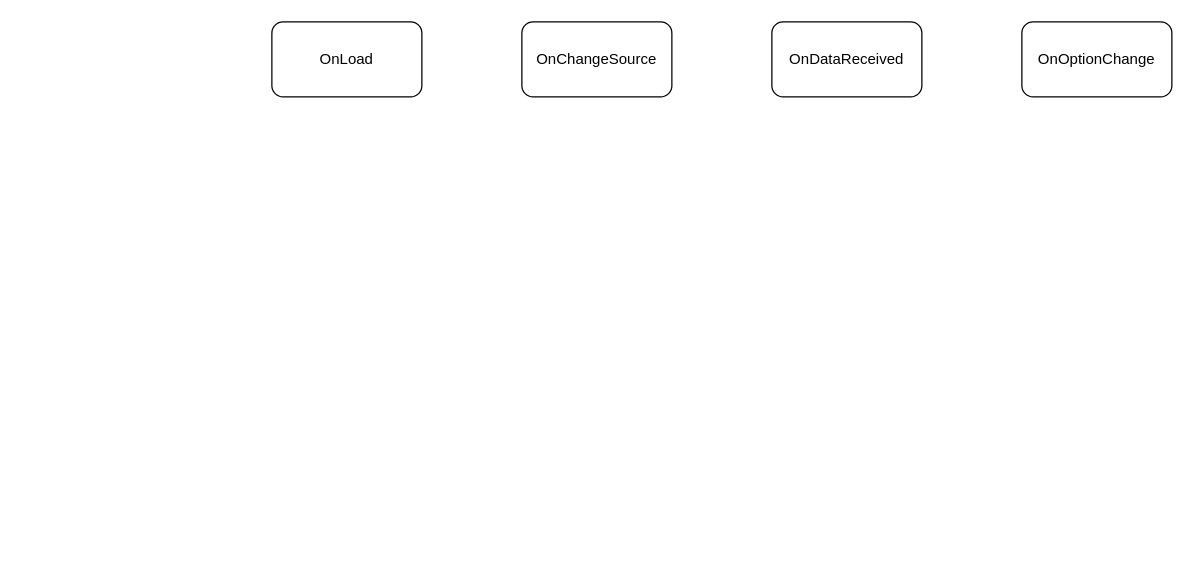
Before: graphs/Flowcharting_Events.drawio in algenty/flowcharting-repository, a draw.io diagram. Source tidied: cells renumbered, new cells numbered last; positions are measured from the earlier drawing's top-left corner, leaving out a move shared by most shapes. Both pictures are drawn from the tidied source at 125%, with x=0, y=0 at pixel (271, 21).
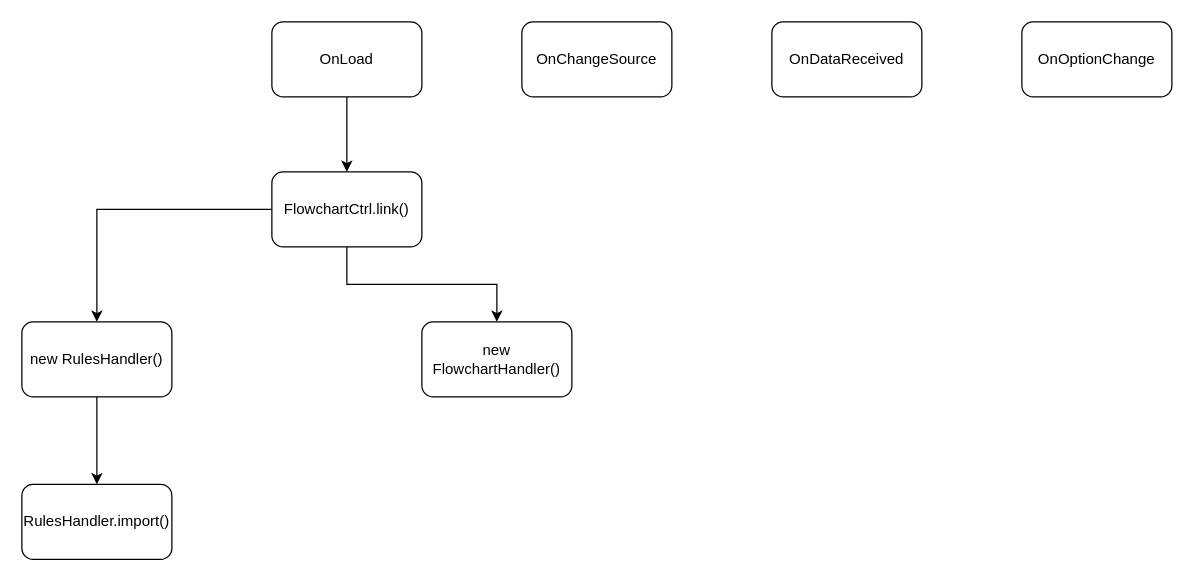
Above is the later version.

What changed in the source:
```diff
@@
 <mxGraphModel>
   <root>
     <mxCell id="0" />
     <mxCell id="1" parent="0" />
     <mxCell id="2" value="OnChangeSource" style="rounded=1;whiteSpace=wrap;html=1;" parent="1" vertex="1">
       <mxGeometry x="200" width="120" height="60" as="geometry" />
     </mxCell>
     <mxCell id="3" value="OnDataReceived" style="rounded=1;whiteSpace=wrap;html=1;" parent="1" vertex="1">
       <mxGeometry x="400" width="120" height="60" as="geometry" />
     </mxCell>
     <mxCell id="4" value="OnOptionChange" style="rounded=1;whiteSpace=wrap;html=1;" parent="1" vertex="1">
       <mxGeometry x="600" width="120" height="60" as="geometry" />
     </mxCell>
+    <mxCell id="6" style="edgeStyle=orthogonalEdgeStyle;rounded=0;jettySize=auto;html=1;entryX=0.5;entryY=0;entryDx=0;entryDy=0;" parent="1" edge="1" source="5" target="9">
+      <mxGeometry relative="1" as="geometry" />
+    </mxCell>
     <mxCell id="5" value="OnLoad" style="rounded=1;whiteSpace=wrap;html=1;" parent="1" vertex="1">
       <mxGeometry width="120" height="60" as="geometry" />
     </mxCell>
+    <mxCell id="7" style="edgeStyle=orthogonalEdgeStyle;rounded=0;jettySize=auto;html=1;" parent="1" edge="1" source="9" target="11">
+      <mxGeometry relative="1" as="geometry" />
+    </mxCell>
+    <mxCell id="8" style="edgeStyle=orthogonalEdgeStyle;rounded=0;jettySize=auto;html=1;" parent="1" edge="1" source="9" target="12">
+      <mxGeometry relative="1" as="geometry" />
+    </mxCell>
+    <mxCell id="9" value="FlowchartCtrl.link()" style="rounded=1;whiteSpace=wrap;html=1;" parent="1" vertex="1">
+      <mxGeometry y="120" width="120" height="60" as="geometry" />
+    </mxCell>
+    <mxCell id="10" style="edgeStyle=orthogonalEdgeStyle;rounded=0;jettySize=auto;html=1;entryX=0.5;entryY=0;entryDx=0;entryDy=0;" parent="1" edge="1" source="11" target="13">
+      <mxGeometry relative="1" as="geometry" />
+    </mxCell>
+    <mxCell id="11" value="new RulesHandler()" style="rounded=1;whiteSpace=wrap;html=1;" parent="1" vertex="1">
+      <mxGeometry x="-200" y="240" width="120" height="60" as="geometry" />
+    </mxCell>
+    <mxCell id="12" value="new FlowchartHandler()" style="rounded=1;whiteSpace=wrap;html=1;" parent="1" vertex="1">
+      <mxGeometry x="120" y="240" width="120" height="60" as="geometry" />
+    </mxCell>
+    <mxCell id="13" value="RulesHandler.import()" style="rounded=1;whiteSpace=wrap;html=1;" parent="1" vertex="1">
+      <mxGeometry x="-200" y="370" width="120" height="60" as="geometry" />
+    </mxCell>
   </root>
 </mxGraphModel>
```
